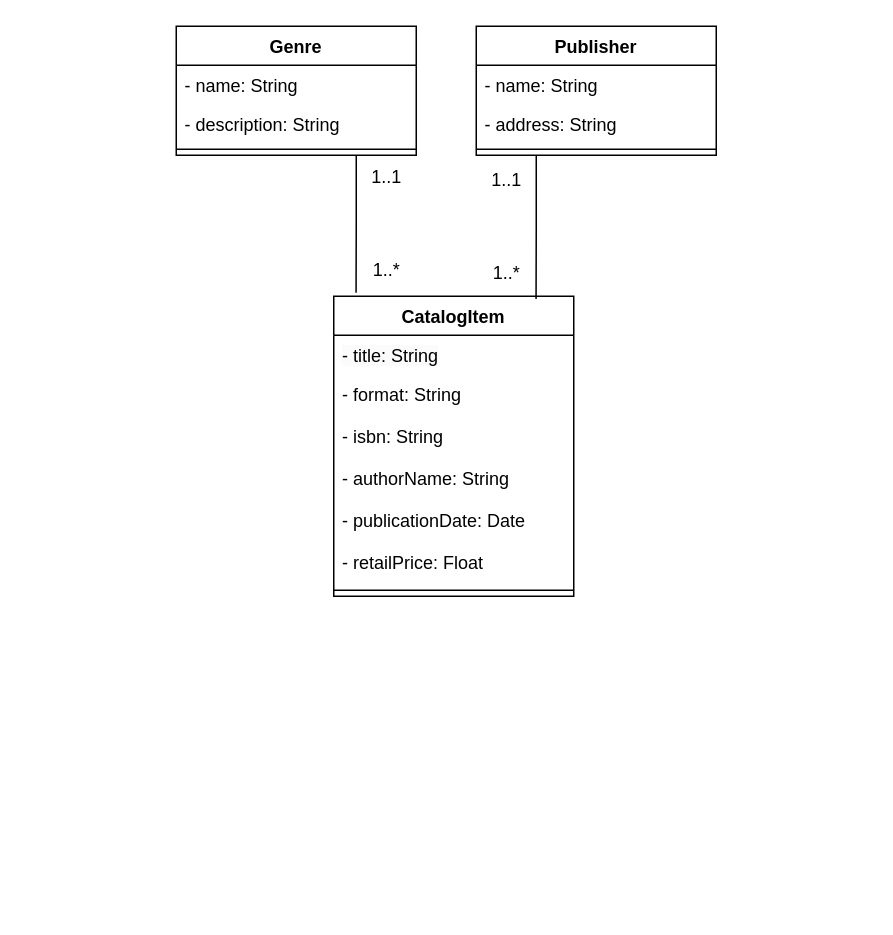
Before: spring-2025/cecs-323/hw2.drawio in devloos/college, a draw.io diagram. Source tidied: cells renumbered, new cells numbered last; positions are measured from the earlier drawing's top-left corner, leaving out a move shared by most shapes. Both pictures are drawn from the tidied source at 150%, with x=0, y=0 at pixel (176, 26).
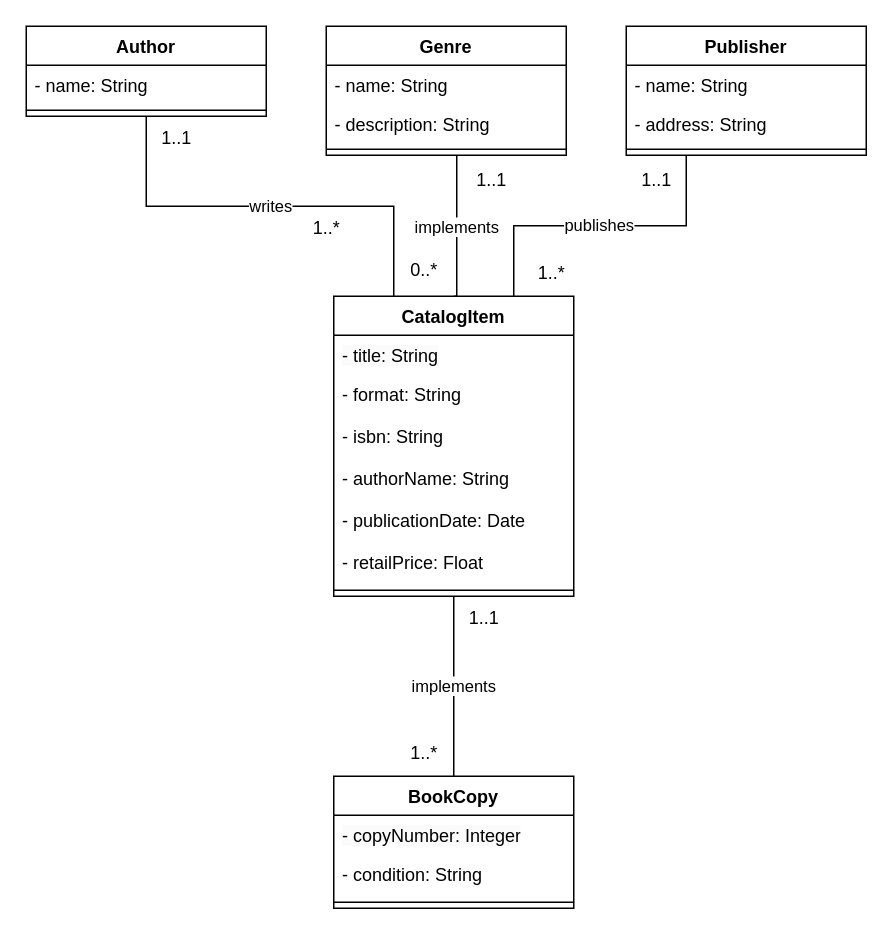
Above is the later version.

The change refers to these unchanged cells:
```xml
<mxCell id="2" value="CatalogItem" style="swimlane;fontStyle=1;align=center;verticalAlign=top;horizontal=1;startSize=26;whiteSpace=wrap;html=1;" parent="1" vertex="1">
  <mxGeometry x="105" y="180" width="160" height="200" as="geometry" />
</mxCell>
```

Diff of the diagram source:
```diff
@@
+    <mxCell id="24" value="implements" style="edgeStyle=orthogonalEdgeStyle;rounded=0;jettySize=auto;html=1;exitX=0.5;exitY=1;exitDx=0;exitDy=0;entryX=0.5;entryY=0;entryDx=0;entryDy=0;endArrow=none;startFill=0;" parent="1" edge="1" source="2" target="31">
+      <mxGeometry relative="1" as="geometry" />
+    </mxCell>
@@
     <mxCell id="10" value="Publisher" style="swimlane;fontStyle=1;align=center;verticalAlign=top;horizontal=1;startSize=26;whiteSpace=wrap;html=1;" parent="1" vertex="1">
-      <mxGeometry x="200" width="160" height="86" as="geometry" />
+      <mxGeometry x="300" width="160" height="86" as="geometry" />
     </mxCell>
@@
     <mxCell id="14" value="Genre" style="swimlane;fontStyle=1;align=center;verticalAlign=top;horizontal=1;startSize=26;whiteSpace=wrap;html=1;" parent="1" vertex="1">
-      <mxGeometry width="160" height="86" as="geometry" />
+      <mxGeometry x="100" width="160" height="86" as="geometry" />
     </mxCell>
@@
-    <mxCell id="18" style="edgeStyle=orthogonalEdgeStyle;rounded=0;jettySize=auto;html=1;exitX=0.25;exitY=1;exitDx=0;exitDy=0;entryX=0.843;entryY=0.009;entryDx=0;entryDy=0;entryPerimeter=0;endArrow=none;startFill=0;" parent="1" edge="1" source="10" target="2">
+    <mxCell id="18" value="publishes" style="edgeStyle=orthogonalEdgeStyle;rounded=0;jettySize=auto;html=1;exitX=0.25;exitY=1;exitDx=0;exitDy=0;entryX=0.75;entryY=0;entryDx=0;entryDy=0;endArrow=none;startFill=0;" parent="1" edge="1" source="10" target="2">
       <mxGeometry relative="1" as="geometry" />
     </mxCell>
-    <mxCell id="19" style="endArrow=none;html=1;edgeStyle=orthogonalEdgeStyle;rounded=0;entryX=0.093;entryY=-0.012;entryDx=0;entryDy=0;entryPerimeter=0;exitX=0.75;exitY=1;exitDx=0;exitDy=0;" parent="1" edge="1" source="14" target="2">
-      <mxGeometry relative="1" as="geometry" />
+    <mxCell id="19" value="implements" style="endArrow=none;html=1;edgeStyle=orthogonalEdgeStyle;rounded=0;entryX=0.5;entryY=0;entryDx=0;entryDy=0;" parent="1" edge="1" target="2">
+      <mxGeometry relative="1" as="geometry">
+        <mxPoint x="187" y="86" as="sourcePoint" />
+        <Array as="points">
+          <mxPoint x="187" y="180" />
+        </Array>
+      </mxGeometry>
     </mxCell>
     <mxCell id="20" value="1..1" style="text;html=1;align=center;verticalAlign=middle;strokeColor=none;fillColor=none;" parent="1" vertex="1">
-      <mxGeometry x="120" y="86" width="40" height="30" as="geometry" />
+      <mxGeometry x="190" y="88" width="40" height="30" as="geometry" />
     </mxCell>
-    <mxCell id="21" value="1..*" style="text;html=1;align=center;verticalAlign=middle;strokeColor=none;fillColor=none;" parent="1" vertex="1">
-      <mxGeometry x="120" y="148" width="40" height="30" as="geometry" />
+    <mxCell id="21" value="0..*" style="text;html=1;align=center;verticalAlign=middle;strokeColor=none;fillColor=none;" parent="1" vertex="1">
+      <mxGeometry x="145" y="148" width="40" height="30" as="geometry" />
     </mxCell>
     <mxCell id="22" value="1..1" style="text;html=1;align=center;verticalAlign=middle;strokeColor=none;fillColor=none;" parent="1" vertex="1">
-      <mxGeometry x="200" y="88" width="40" height="30" as="geometry" />
+      <mxGeometry x="300" y="88" width="40" height="30" as="geometry" />
     </mxCell>
     <mxCell id="23" value="1..*" style="text;html=1;align=center;verticalAlign=middle;strokeColor=none;fillColor=none;" parent="1" vertex="1">
-      <mxGeometry x="200" y="150" width="40" height="30" as="geometry" />
+      <mxGeometry x="230" y="150" width="40" height="30" as="geometry" />
     </mxCell>
+    <mxCell id="25" value="writes" style="edgeStyle=orthogonalEdgeStyle;rounded=0;jettySize=auto;html=1;exitX=0.5;exitY=1;exitDx=0;exitDy=0;entryX=0.25;entryY=0;entryDx=0;entryDy=0;endArrow=none;startFill=0;" parent="1" edge="1" source="26" target="2">
+      <mxGeometry relative="1" as="geometry" />
+    </mxCell>
+    <mxCell id="26" value="Author" style="swimlane;fontStyle=1;align=center;verticalAlign=top;horizontal=1;startSize=26;whiteSpace=wrap;html=1;" parent="1" vertex="1">
+      <mxGeometry x="-100" width="160" height="60" as="geometry" />
+    </mxCell>
+    <mxCell id="27" value="- name: String" style="text;strokeColor=none;fillColor=none;align=left;verticalAlign=top;spacingLeft=4;spacingRight=4;overflow=hidden;whiteSpace=wrap;html=1;" parent="26" vertex="1">
+      <mxGeometry y="26" width="160" height="26" as="geometry" />
+    </mxCell>
+    <mxCell id="28" style="line;strokeWidth=1;fillColor=none;align=left;verticalAlign=middle;spacingTop=-1;spacingLeft=3;spacingRight=3;labelPosition=right;strokeColor=inherit;" parent="26" vertex="1">
+      <mxGeometry y="52" width="160" height="8" as="geometry" />
+    </mxCell>
+    <mxCell id="29" value="1..*" style="text;html=1;align=center;verticalAlign=middle;strokeColor=none;fillColor=none;" parent="1" vertex="1">
+      <mxGeometry x="80" y="120" width="40" height="30" as="geometry" />
+    </mxCell>
+    <mxCell id="30" value="1..1" style="text;html=1;align=center;verticalAlign=middle;strokeColor=none;fillColor=none;" parent="1" vertex="1">
+      <mxGeometry x="-20" y="60" width="40" height="30" as="geometry" />
+    </mxCell>
+    <mxCell id="31" value="BookCopy" style="swimlane;fontStyle=1;align=center;verticalAlign=top;horizontal=1;startSize=26;whiteSpace=wrap;html=1;" parent="1" vertex="1">
+      <mxGeometry x="105" y="500" width="160" height="88" as="geometry" />
+    </mxCell>
+    <mxCell id="32" value="&lt;span style=&quot;color: rgb(0, 0, 0); font-family: Helvetica; font-size: 12px; font-style: normal; font-variant-ligatures: normal; font-variant-caps: normal; font-weight: 400; letter-spacing: normal; orphans: 2; text-align: left; text-indent: 0px; text-transform: none; widows: 2; word-spacing: 0px; -webkit-text-stroke-width: 0px; white-space: normal; background-color: rgb(251, 251, 251); text-decoration-thickness: initial; text-decoration-style: initial; text-decoration-color: initial; float: none; display: inline !important;&quot;&gt;- copyNumber: Integer&lt;/span&gt;" style="text;strokeColor=none;fillColor=none;align=left;verticalAlign=top;spacingLeft=4;spacingRight=4;overflow=hidden;whiteSpace=wrap;html=1;" parent="31" vertex="1">
+      <mxGeometry y="26" width="160" height="26" as="geometry" />
+    </mxCell>
+    <mxCell id="33" value="- condition: String" style="text;strokeColor=none;fillColor=none;align=left;verticalAlign=top;spacingLeft=4;spacingRight=4;overflow=hidden;whiteSpace=wrap;html=1;" parent="31" vertex="1">
+      <mxGeometry y="52" width="160" height="28" as="geometry" />
+    </mxCell>
+    <mxCell id="34" style="line;strokeWidth=1;fillColor=none;align=left;verticalAlign=middle;spacingTop=-1;spacingLeft=3;spacingRight=3;labelPosition=right;strokeColor=inherit;" parent="31" vertex="1">
+      <mxGeometry y="80" width="160" height="8" as="geometry" />
+    </mxCell>
+    <mxCell id="35" value="1..1" style="text;html=1;align=center;verticalAlign=middle;strokeColor=none;fillColor=none;" parent="1" vertex="1">
+      <mxGeometry x="185" y="380" width="40" height="30" as="geometry" />
+    </mxCell>
+    <mxCell id="36" value="1..*" style="text;html=1;align=center;verticalAlign=middle;strokeColor=none;fillColor=none;" parent="1" vertex="1">
+      <mxGeometry x="145" y="470" width="40" height="30" as="geometry" />
+    </mxCell>
```
